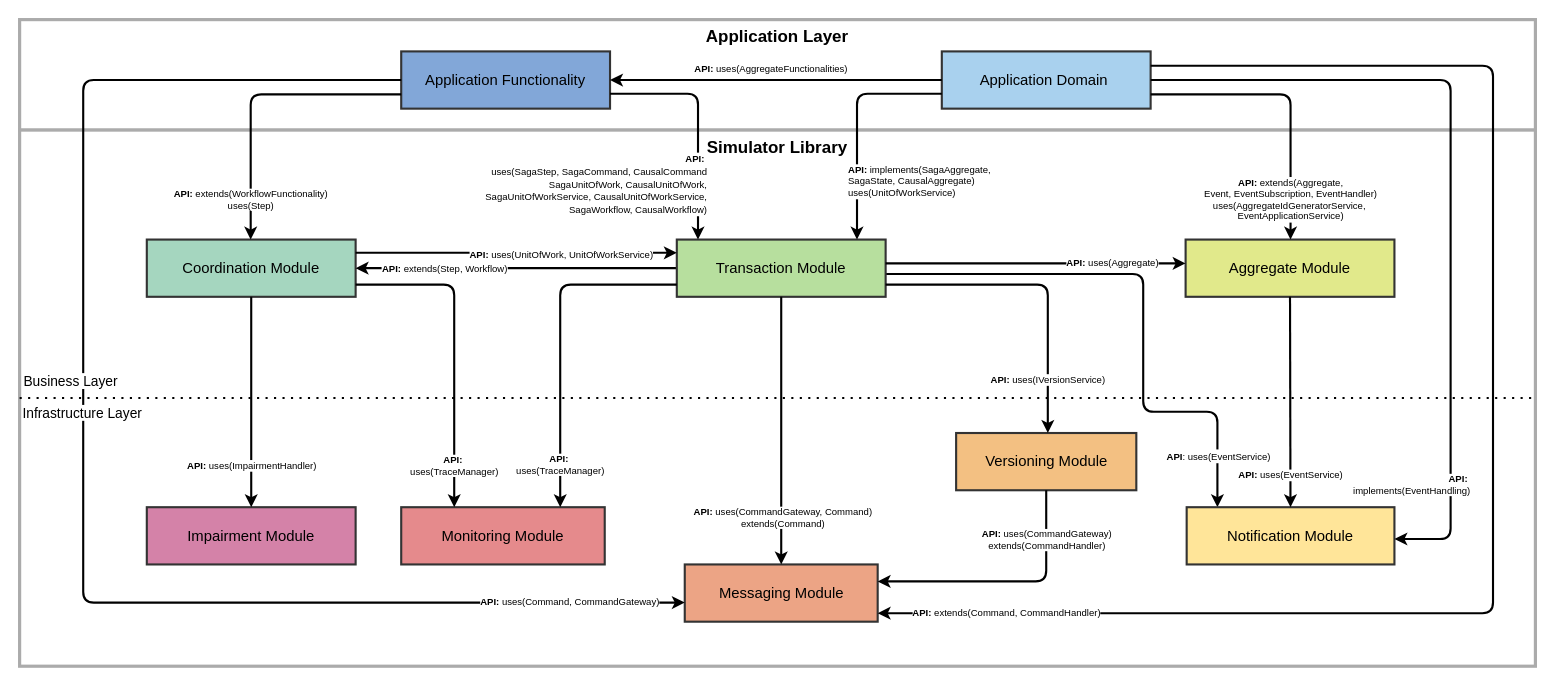
socialsoftware/microservices-simulator keeps this draw.io diagram as data/figs/architecture/layers/layers_with_apis_extends_uses.drawio. Above is the earlier version. Source tidied: cells renumbered, new cells numbered last; positions are measured from the earlier drawing's top-left corner, leaving out a move shared by most shapes. Both pictures are drawn from the tidied source at 106%, with x=0, y=0 at pixel (19, 19).
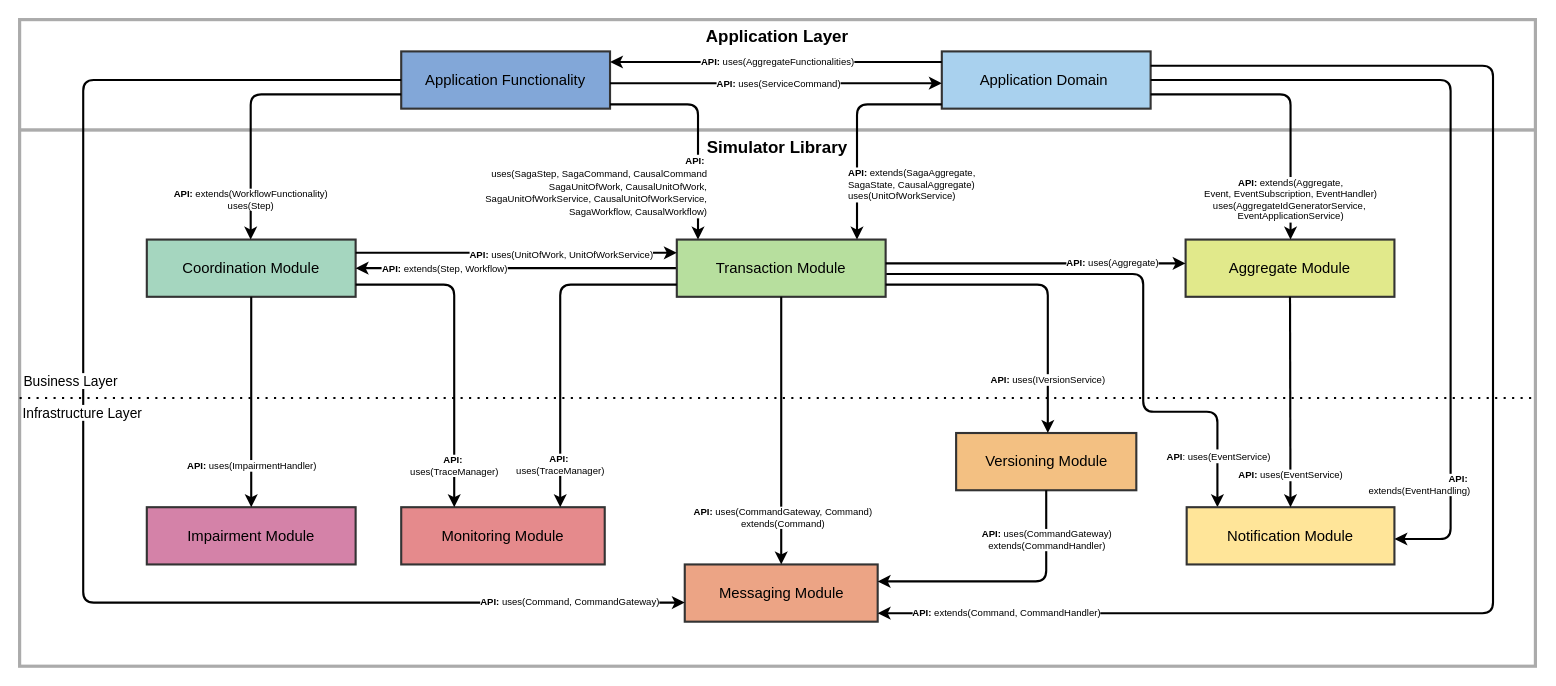
Above is the later version.

The change refers to these unchanged cells:
```xml
<mxCell id="4" value="Application Functionality" style="whiteSpace=wrap;strokeWidth=2;fillColor=#82A7D8;strokeColor=#333333;labelBackgroundColor=none;labelBorderColor=none;textShadow=0;fontSize=14;fontStyle=0;" parent="1" vertex="1">
  <mxGeometry x="360" y="30" width="197" height="54" as="geometry" />
</mxCell>
<mxCell id="5" value="Application Domain " style="whiteSpace=wrap;strokeWidth=2;fillColor=#A9D1EE;strokeColor=#333333;labelBackgroundColor=none;labelBorderColor=none;textShadow=0;fontSize=14;fontStyle=0;" parent="1" vertex="1">
  <mxGeometry x="870" y="30" width="197" height="54" as="geometry" />
</mxCell>
<mxCell id="11" value="Transaction Module" style="whiteSpace=wrap;strokeWidth=2;fillColor=#B7DF9E;strokeColor=#333333;labelBackgroundColor=none;labelBorderColor=none;textShadow=0;fontSize=14;fontStyle=0;" parent="1" vertex="1">
  <mxGeometry x="620" y="207.5" width="197" height="54" as="geometry" />
</mxCell>
<mxCell id="16" value="Notification Module" style="whiteSpace=wrap;strokeWidth=2;fillColor=#FFE599;strokeColor=#333333;labelBackgroundColor=none;labelBorderColor=none;textShadow=0;fontSize=14;fontStyle=0;" parent="1" vertex="1">
  <mxGeometry x="1101" y="460" width="196" height="54" as="geometry" />
</mxCell>
```

The edit, as a diff of the source:
```diff
@@
     <mxCell id="19" value="&lt;font style=&quot;font-size: 9px;&quot;&gt;&lt;b&gt;API:&lt;/b&gt;&amp;nbsp;&lt;br&gt;uses(SagaStep, SagaCommand, CausalCommand&lt;br&gt;SagaUnitOfWork, CausalUnitOfWork,&lt;br&gt;SagaUnitOfWorkService, CausalUnitOfWorkService,&lt;br&gt;SagaWorkflow, CausalWorkflow)&lt;/font&gt;" style="startArrow=none;endArrow=classic;rounded=1;flowAnimation=0;shadow=0;jumpStyle=arc;endFill=1;strokeWidth=2;edgeStyle=orthogonalEdgeStyle;fontSize=10;labelBorderColor=none;labelBackgroundColor=default;align=right;html=1;" parent="1" edge="1" source="4" target="11">
       <mxGeometry x="0.52" y="10" relative="1" as="geometry">
         <Array as="points">
-          <mxPoint x="640" y="70" />
+          <mxPoint x="640" y="80" />
         </Array>
       </mxGeometry>
     </mxCell>
@@
-    <mxCell id="22" value="&lt;div style=&quot;&quot;&gt;&lt;b style=&quot;color: light-dark(rgb(0, 0, 0), rgb(255, 255, 255));&quot;&gt;API:&lt;/b&gt;&lt;span style=&quot;background-color: light-dark(#ffffff, var(--ge-dark-color, #121212)); color: light-dark(rgb(0, 0, 0), rgb(255, 255, 255));&quot;&gt;&amp;nbsp;&lt;/span&gt;&lt;/div&gt;&lt;div style=&quot;&quot;&gt;&lt;span style=&quot;background-color: light-dark(#ffffff, var(--ge-dark-color, #121212)); color: light-dark(rgb(0, 0, 0), rgb(255, 255, 255));&quot;&gt;implements(&lt;/span&gt;&lt;span style=&quot;background-color: light-dark(#ffffff, var(--ge-dark-color, #121212)); color: light-dark(rgb(0, 0, 0), rgb(255, 255, 255));&quot;&gt;EventHandling)&lt;/span&gt;&lt;/div&gt;" style="startArrow=none;endArrow=classic;rounded=1;flowAnimation=0;shadow=0;jumpStyle=arc;edgeStyle=orthogonalEdgeStyle;endFill=1;strokeWidth=2;exitX=1;exitY=0.5;exitDx=0;exitDy=0;fontSize=9;html=1;align=right;" parent="1" edge="1" source="5" target="16">
+    <mxCell id="22" value="&lt;div style=&quot;&quot;&gt;&lt;b style=&quot;color: light-dark(rgb(0, 0, 0), rgb(255, 255, 255));&quot;&gt;API:&lt;/b&gt;&lt;span style=&quot;background-color: light-dark(#ffffff, var(--ge-dark-color, #121212)); color: light-dark(rgb(0, 0, 0), rgb(255, 255, 255));&quot;&gt;&amp;nbsp;&lt;/span&gt;&lt;/div&gt;&lt;div style=&quot;&quot;&gt;&lt;span style=&quot;background-color: light-dark(#ffffff, var(--ge-dark-color, #121212)); color: light-dark(rgb(0, 0, 0), rgb(255, 255, 255));&quot;&gt;extends(&lt;/span&gt;&lt;span style=&quot;background-color: light-dark(#ffffff, var(--ge-dark-color, #121212)); color: light-dark(rgb(0, 0, 0), rgb(255, 255, 255));&quot;&gt;EventHandling)&lt;/span&gt;&lt;/div&gt;" style="startArrow=none;endArrow=classic;rounded=1;flowAnimation=0;shadow=0;jumpStyle=arc;edgeStyle=orthogonalEdgeStyle;endFill=1;strokeWidth=2;exitX=1;exitY=0.5;exitDx=0;exitDy=0;fontSize=9;html=1;align=right;" parent="1" edge="1" source="5" target="16">
       <mxGeometry x="0.73" y="20" relative="1" as="geometry">
         <Array as="points">
           <mxPoint x="1350" y="57" />
           <mxPoint x="1350" y="490" />
         </Array>
       </mxGeometry>
     </mxCell>
-    <mxCell id="23" value="&lt;span&gt;&lt;b style=&quot;&quot;&gt;API:&lt;/b&gt; implements(SagaAggregate,&amp;nbsp;&lt;br&gt;SagaState, CausalAggregate)&amp;nbsp;&lt;/span&gt;&lt;div&gt;&lt;span&gt;uses(UnitOfWorkService)&lt;/span&gt;&lt;/div&gt;" style="startArrow=none;endArrow=classic;rounded=1;flowAnimation=0;shadow=0;jumpStyle=arc;endFill=1;strokeWidth=2;edgeStyle=orthogonalEdgeStyle;fontSize=9;align=left;labelBackgroundColor=default;html=1;" parent="1" edge="1" source="5" target="11">
+    <mxCell id="23" value="&lt;span&gt;&lt;b style=&quot;&quot;&gt;API:&lt;/b&gt; extends(SagaAggregate,&amp;nbsp;&lt;br&gt;SagaState, CausalAggregate)&amp;nbsp;&lt;/span&gt;&lt;div&gt;&lt;span&gt;uses(UnitOfWorkService)&lt;/span&gt;&lt;/div&gt;" style="startArrow=none;endArrow=classic;rounded=1;flowAnimation=0;shadow=0;jumpStyle=arc;endFill=1;strokeWidth=2;edgeStyle=orthogonalEdgeStyle;fontSize=9;align=left;labelBackgroundColor=default;html=1;" parent="1" edge="1" source="5" target="11">
       <mxGeometry x="0.5" y="-10" relative="1" as="geometry">
         <Array as="points">
-          <mxPoint x="790" y="70" />
+          <mxPoint x="790" y="80" />
         </Array>
       </mxGeometry>
     </mxCell>
@@
-    <mxCell id="38" value="&lt;span&gt;&lt;b style=&quot;&quot;&gt;API:&lt;/b&gt;&amp;nbsp;uses(AggregateFunctionalities)&lt;br&gt;&lt;/span&gt;" style="startArrow=none;endArrow=classic;rounded=1;flowAnimation=0;shadow=0;jumpStyle=arc;endFill=1;strokeWidth=2;edgeStyle=orthogonalEdgeStyle;fontSize=9;align=left;labelBackgroundColor=default;html=1;" parent="1" edge="1" source="5" target="4">
-      <mxGeometry x="0.5" y="-10" relative="1" as="geometry">
+    <mxCell id="38" value="&lt;span&gt;&lt;br&gt;&lt;/span&gt;" style="startArrow=none;endArrow=classic;rounded=1;flowAnimation=0;shadow=0;jumpStyle=arc;endFill=1;strokeWidth=2;edgeStyle=orthogonalEdgeStyle;fontSize=9;align=left;labelBackgroundColor=default;html=1;" parent="1" edge="1" source="5" target="4">
+      <mxGeometry x="0.47" relative="1" as="geometry">
         <Array as="points">
-          <mxPoint x="800" y="57" />
-          <mxPoint x="800" y="57" />
+          <mxPoint x="720" y="40" />
+          <mxPoint x="720" y="40" />
         </Array>
       </mxGeometry>
     </mxCell>
+    <mxCell id="39" value="&lt;b style=&quot;font-size: 9px; text-align: left;&quot;&gt;API:&lt;/b&gt;&lt;span style=&quot;font-size: 9px; text-align: left;&quot;&gt;&amp;nbsp;uses(AggregateFunctionalities)&lt;/span&gt;" style="edgeLabel;html=1;align=center;verticalAlign=middle;" parent="38" vertex="1">
+      <mxGeometry x="0.02" y="2" relative="1" as="geometry">
+        <mxPoint x="4" y="-4" as="offset" />
+      </mxGeometry>
+    </mxCell>
+    <mxCell id="40" value="&lt;span&gt;&lt;br&gt;&lt;/span&gt;" style="startArrow=none;endArrow=classic;rounded=1;flowAnimation=0;shadow=0;jumpStyle=arc;endFill=1;strokeWidth=2;edgeStyle=orthogonalEdgeStyle;fontSize=9;align=left;labelBackgroundColor=default;html=1;" parent="1" edge="1" source="4" target="5">
+      <mxGeometry x="-0.02" y="-2" relative="1" as="geometry">
+        <Array as="points">
+          <mxPoint x="720" y="60" />
+          <mxPoint x="720" y="60" />
+        </Array>
+      </mxGeometry>
+    </mxCell>
+    <mxCell id="41" value="&lt;b style=&quot;font-size: 9px; text-align: left;&quot;&gt;API:&lt;/b&gt;&lt;span style=&quot;font-size: 9px; text-align: left;&quot;&gt;&amp;nbsp;uses(ServiceCommand)&lt;/span&gt;" style="edgeLabel;html=1;align=center;verticalAlign=middle;" parent="40" vertex="1">
+      <mxGeometry x="-0.04" y="1" relative="1" as="geometry">
+        <mxPoint x="8" as="offset" />
+      </mxGeometry>
+    </mxCell>
```
